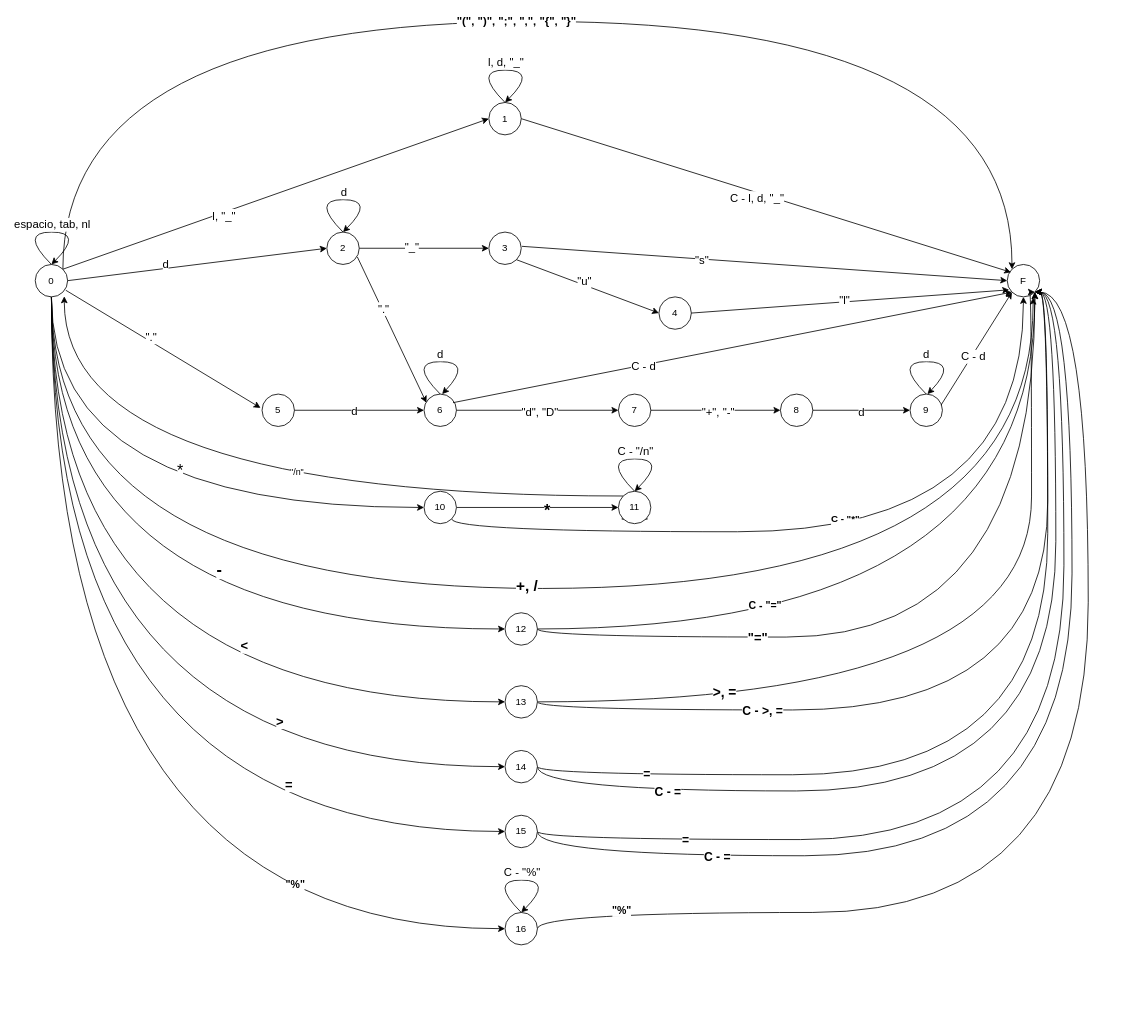
ElgartXimena/compiler keeps this draw.io diagram as resources/automata.drawio. Above is the earlier version. Source tidied: cells renumbered, new cells numbered last; positions are measured from the earlier drawing's top-left corner, leaving out a move shared by most shapes. Both pictures are drawn from the tidied source at 81%, with x=0, y=0 at pixel (19, 21).
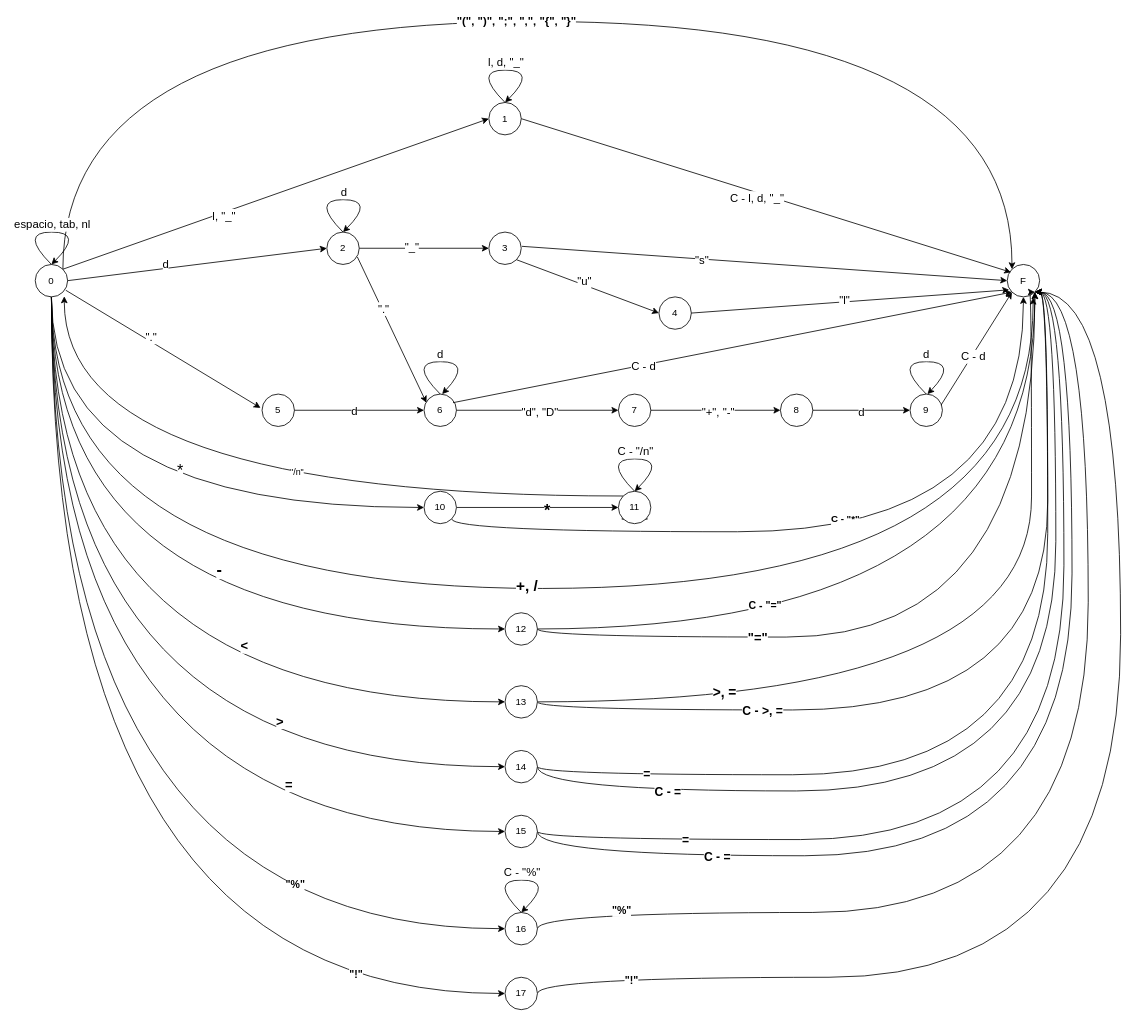
Above is the later version.

Unchanged cells that the change refers to:
```xml
<mxCell id="18" value="0" style="ellipse;whiteSpace=wrap;html=1;" parent="1" vertex="1">
  <mxGeometry x="20" y="300" width="40" height="40" as="geometry" />
</mxCell>
<mxCell id="19" value="F" style="ellipse;whiteSpace=wrap;html=1;" parent="1" vertex="1">
  <mxGeometry x="1220" y="300" width="40" height="40" as="geometry" />
</mxCell>
```

Diff of the diagram source:
```diff
@@
+    <mxCell id="106" style="edgeStyle=orthogonalEdgeStyle;rounded=0;jettySize=auto;html=1;exitX=0.5;exitY=1;exitDx=0;exitDy=0;entryX=0;entryY=0.5;entryDx=0;entryDy=0;curved=1;" parent="1" edge="1" source="18" target="110">
+      <mxGeometry relative="1" as="geometry" />
+    </mxCell>
+    <mxCell id="107" value="&quot;!&quot;" style="edgeLabel;html=1;align=center;verticalAlign=middle;fontStyle=1;fontSize=13;" parent="106" vertex="1">
+      <mxGeometry x="0.74" y="25" relative="1" as="geometry" />
+    </mxCell>
@@
+    <mxCell id="108" style="edgeStyle=orthogonalEdgeStyle;rounded=0;jettySize=auto;html=1;exitX=1;exitY=0.5;exitDx=0;exitDy=0;entryX=1;entryY=1;entryDx=0;entryDy=0;curved=1;" parent="1" edge="1" source="110" target="19">
+      <mxGeometry relative="1" as="geometry">
+        <Array as="points">
+          <mxPoint x="640" y="1180" />
+          <mxPoint x="1360" y="1180" />
+          <mxPoint x="1360" y="334" />
+        </Array>
+      </mxGeometry>
+    </mxCell>
+    <mxCell id="109" value="&quot;!&quot;" style="edgeLabel;html=1;align=center;verticalAlign=middle;fontStyle=1;fontSize=13;" parent="108" vertex="1">
+      <mxGeometry x="-0.84" y="-3" relative="1" as="geometry" />
+    </mxCell>
+    <mxCell id="110" value="17" style="ellipse;whiteSpace=wrap;html=1;" parent="1" vertex="1">
+      <mxGeometry x="600" y="1180" width="40" height="40" as="geometry" />
+    </mxCell>
```
